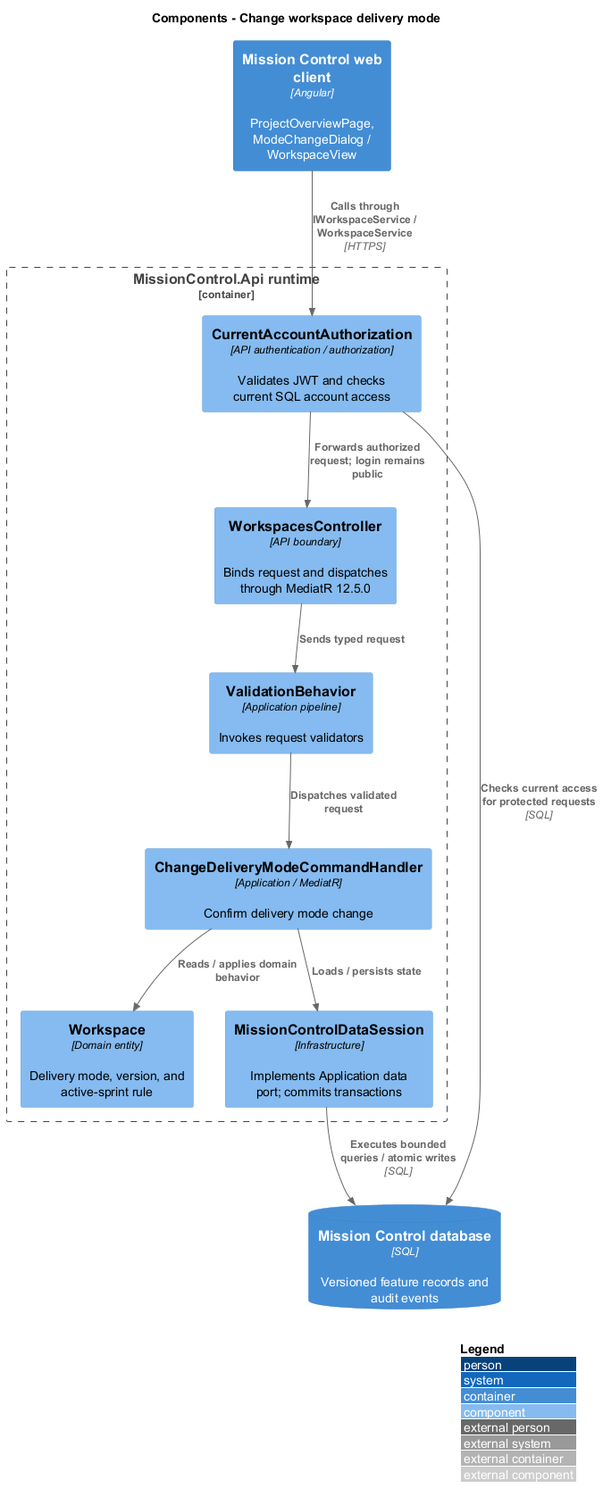
This is docs/detailed-designs/projects/change-delivery-mode/diagrams/c4-component.png from QuinntyneBrown/mission-control, a PlantUML export, as it was before one commit. The source it was exported from:
```plantuml
@startuml
!include <C4/C4_Component>
LAYOUT_WITH_LEGEND()
title Components - Change workspace delivery mode
Container(web, "Mission Control web client", "Angular", "ProjectOverviewPage, ModeChangeDialog / WorkspaceView")
ContainerDb(db, "Mission Control database", "SQL", "Versioned feature records and audit events")
Container_Boundary(api, "MissionControl.Api runtime") {
  Component(ctrl, "WorkspacesController", "API boundary", "Binds request and dispatches through MediatR 12.5.0")
  Component(access, "CurrentAccountAuthorization", "API authentication / authorization", "Validates JWT and checks current SQL account access")
  Component(validation, "ValidationBehavior", "Application pipeline", "Invokes request validators")
  Component(entity, "Workspace", "Domain entity", "Delivery mode, version, and active-sprint rule")
  Component(store, "MissionControlDataSession", "Infrastructure", "Implements Application data port; commits transactions")
Rel(web, access, "Calls through IWorkspaceService / WorkspaceService", "HTTPS")
Rel(access, db, "Checks current access for protected requests", "SQL")
Rel(access, ctrl, "Forwards authorized request; login remains public")
Rel(ctrl, validation, "Sends typed request")
Component(h0, "ChangeDeliveryModeCommandHandler", "Application / MediatR", "Confirm delivery mode change")
Rel(validation, h0, "Dispatches validated request")
Rel(h0, entity, "Reads / applies domain behavior")
Rel(h0, store, "Loads / persists state")
}
Rel(store, db, "Executes bounded queries / atomic writes", "SQL")
@enduml
```
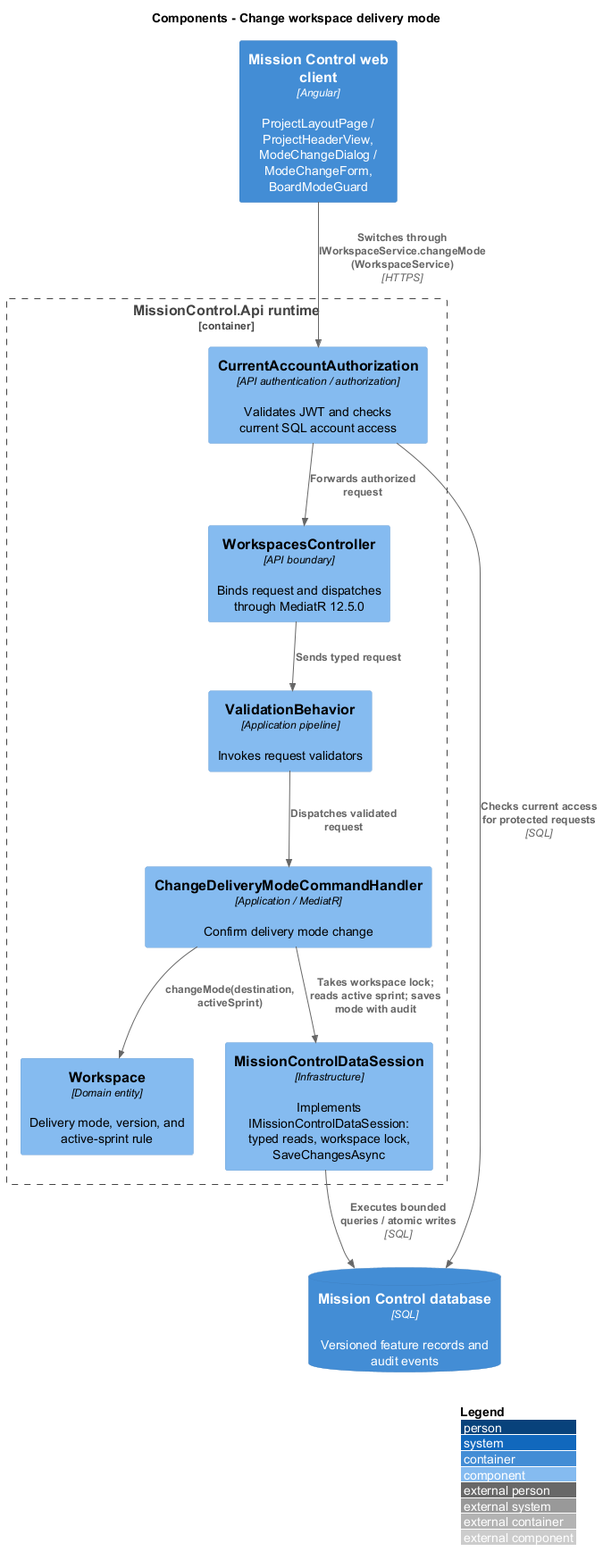
Later version of the same file.

Diff of the diagram source:
```diff
@@ -2,22 +2,22 @@
 !include <C4/C4_Component>
 LAYOUT_WITH_LEGEND()
 title Components - Change workspace delivery mode
-Container(web, "Mission Control web client", "Angular", "ProjectOverviewPage, ModeChangeDialog / WorkspaceView")
+Container(web, "Mission Control web client", "Angular", "ProjectLayoutPage / ProjectHeaderView, ModeChangeDialog / ModeChangeForm, BoardModeGuard")
 ContainerDb(db, "Mission Control database", "SQL", "Versioned feature records and audit events")
 Container_Boundary(api, "MissionControl.Api runtime") {
   Component(ctrl, "WorkspacesController", "API boundary", "Binds request and dispatches through MediatR 12.5.0")
   Component(access, "CurrentAccountAuthorization", "API authentication / authorization", "Validates JWT and checks current SQL account access")
   Component(validation, "ValidationBehavior", "Application pipeline", "Invokes request validators")
   Component(entity, "Workspace", "Domain entity", "Delivery mode, version, and active-sprint rule")
-  Component(store, "MissionControlDataSession", "Infrastructure", "Implements Application data port; commits transactions")
-Rel(web, access, "Calls through IWorkspaceService / WorkspaceService", "HTTPS")
+  Component(store, "MissionControlDataSession", "Infrastructure", "Implements IMissionControlDataSession: typed reads, workspace lock, SaveChangesAsync")
+Rel(web, access, "Switches through IWorkspaceService.changeMode (WorkspaceService)", "HTTPS")
 Rel(access, db, "Checks current access for protected requests", "SQL")
-Rel(access, ctrl, "Forwards authorized request; login remains public")
+Rel(access, ctrl, "Forwards authorized request")
 Rel(ctrl, validation, "Sends typed request")
 Component(h0, "ChangeDeliveryModeCommandHandler", "Application / MediatR", "Confirm delivery mode change")
 Rel(validation, h0, "Dispatches validated request")
-Rel(h0, entity, "Reads / applies domain behavior")
-Rel(h0, store, "Loads / persists state")
+Rel(h0, entity, "changeMode(destination, activeSprint)")
+Rel(h0, store, "Takes workspace lock; reads active sprint; saves mode with audit")
 }
 Rel(store, db, "Executes bounded queries / atomic writes", "SQL")
 @enduml
```
